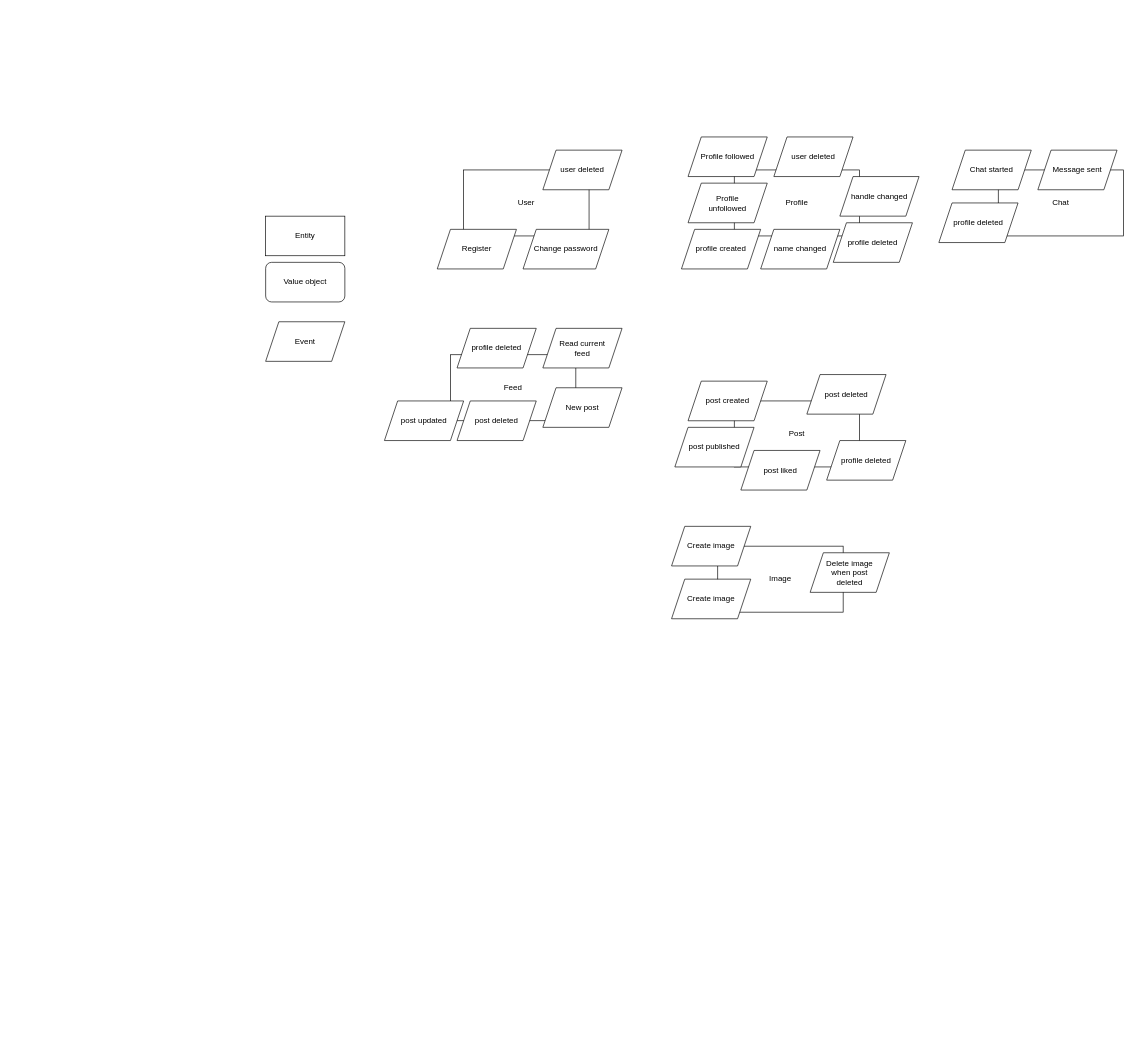
domhall/instaclone keeps this draw.io diagram as docs/Domain Model.drawio. Above is the earlier version. Source tidied: cells renumbered, new cells numbered last; positions are measured from the earlier drawing's top-left corner, leaving out a move shared by most shapes. Both pictures are drawn from the tidied source at 66%, with x=0, y=0 at pixel (265, 137).
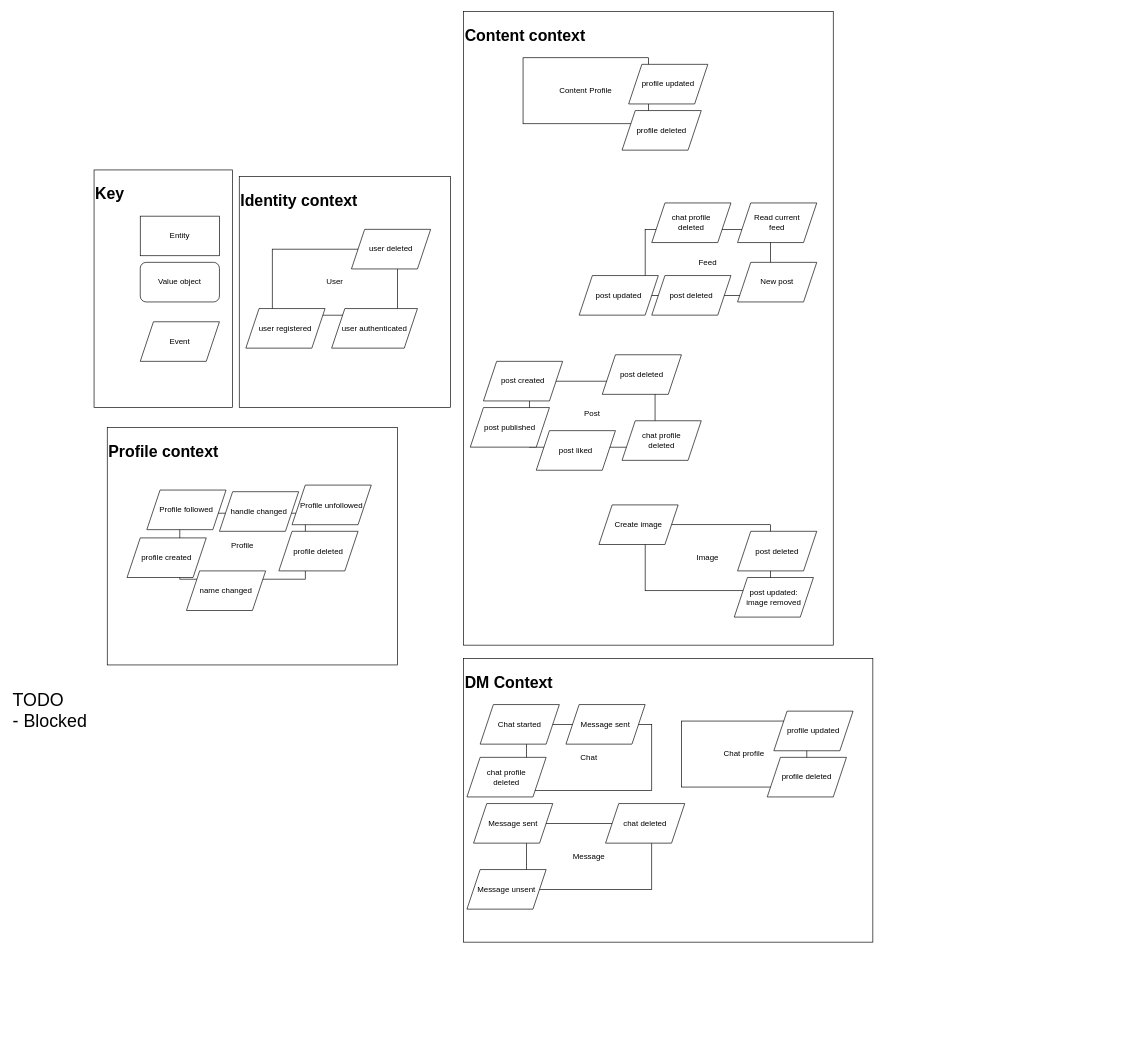
After the change.

Commit message:
Added contexts to domain model

Change to the diagram source:
```diff
@@
+    <mxCell id="37" value="&lt;h1 style=&quot;&quot;&gt;&lt;span style=&quot;background-color: initial;&quot;&gt;Profile context&lt;/span&gt;&lt;/h1&gt;" style="rounded=0;whiteSpace=wrap;html=1;fillColor=none;align=left;verticalAlign=top;" parent="1" vertex="1">
+      <mxGeometry x="-240" y="440" width="440" height="360" as="geometry" />
+    </mxCell>
+    <mxCell id="38" value="&lt;h1 style=&quot;&quot;&gt;Content context&lt;/h1&gt;" style="rounded=0;whiteSpace=wrap;html=1;fillColor=none;align=left;verticalAlign=top;" parent="1" vertex="1">
+      <mxGeometry x="300" y="-190" width="560" height="960" as="geometry" />
+    </mxCell>
     <mxCell id="2" value="User" style="rounded=0;whiteSpace=wrap;html=1;" parent="1" vertex="1">
-      <mxGeometry x="300" y="50" width="190" height="100" as="geometry" />
+      <mxGeometry x="10" y="170" width="190" height="100" as="geometry" />
     </mxCell>
-    <mxCell id="3" value="Register" style="shape=parallelogram;perimeter=parallelogramPerimeter;whiteSpace=wrap;html=1;fixedSize=1;" parent="1" vertex="1">
-      <mxGeometry x="260" y="140" width="120" height="60" as="geometry" />
+    <mxCell id="3" value="user registered" style="shape=parallelogram;perimeter=parallelogramPerimeter;whiteSpace=wrap;html=1;fixedSize=1;" parent="1" vertex="1">
+      <mxGeometry x="-30" y="260" width="120" height="60" as="geometry" />
     </mxCell>
-    <mxCell id="4" value="Change password" style="shape=parallelogram;perimeter=parallelogramPerimeter;whiteSpace=wrap;html=1;fixedSize=1;" parent="1" vertex="1">
-      <mxGeometry x="390" y="140" width="130" height="60" as="geometry" />
+    <mxCell id="4" value="user authenticated" style="shape=parallelogram;perimeter=parallelogramPerimeter;whiteSpace=wrap;html=1;fixedSize=1;" parent="1" vertex="1">
+      <mxGeometry x="100" y="260" width="130" height="60" as="geometry" />
     </mxCell>
-    <mxCell id="5" value="Profile" style="rounded=0;whiteSpace=wrap;html=1;" parent="1" vertex="1">
-      <mxGeometry x="710" y="50" width="190" height="100" as="geometry" />
+    <mxCell id="5" value="Content Profile" style="rounded=0;whiteSpace=wrap;html=1;" parent="1" vertex="1">
+      <mxGeometry x="390" y="-120" width="190" height="100" as="geometry" />
     </mxCell>
-    <mxCell id="6" value="profile created" style="shape=parallelogram;perimeter=parallelogramPerimeter;whiteSpace=wrap;html=1;fixedSize=1;" parent="1" vertex="1">
-      <mxGeometry x="630" y="140" width="120" height="60" as="geometry" />
-    </mxCell>
-    <mxCell id="7" value="name changed" style="shape=parallelogram;perimeter=parallelogramPerimeter;whiteSpace=wrap;html=1;fixedSize=1;" parent="1" vertex="1">
-      <mxGeometry x="750" y="140" width="120" height="60" as="geometry" />
-    </mxCell>
-    <mxCell id="8" value="handle changed" style="shape=parallelogram;perimeter=parallelogramPerimeter;whiteSpace=wrap;html=1;fixedSize=1;" parent="1" vertex="1">
-      <mxGeometry x="870" y="60" width="120" height="60" as="geometry" />
+    <mxCell id="8" value="profile updated" style="shape=parallelogram;perimeter=parallelogramPerimeter;whiteSpace=wrap;html=1;fixedSize=1;" parent="1" vertex="1">
+      <mxGeometry x="550" y="-110" width="120" height="60" as="geometry" />
     </mxCell>
     <mxCell id="9" value="Post" style="rounded=0;whiteSpace=wrap;html=1;" parent="1" vertex="1">
-      <mxGeometry x="710" y="400" width="190" height="100" as="geometry" />
+      <mxGeometry x="400" y="370" width="190" height="100" as="geometry" />
     </mxCell>
     <mxCell id="10" value="post created" style="shape=parallelogram;perimeter=parallelogramPerimeter;whiteSpace=wrap;html=1;fixedSize=1;" parent="1" vertex="1">
-      <mxGeometry x="640" y="370" width="120" height="60" as="geometry" />
+      <mxGeometry x="330" y="340" width="120" height="60" as="geometry" />
     </mxCell>
     <mxCell id="11" value="Image" style="rounded=0;whiteSpace=wrap;html=1;" parent="1" vertex="1">
-      <mxGeometry x="685" y="620" width="190" height="100" as="geometry" />
+      <mxGeometry x="575" y="587.5" width="190" height="100" as="geometry" />
     </mxCell>
     <mxCell id="12" value="Create image" style="shape=parallelogram;perimeter=parallelogramPerimeter;whiteSpace=wrap;html=1;fixedSize=1;" parent="1" vertex="1">
-      <mxGeometry x="615" y="590" width="120" height="60" as="geometry" />
+      <mxGeometry x="505" y="557.5" width="120" height="60" as="geometry" />
     </mxCell>
     <mxCell id="13" value="post deleted" style="shape=parallelogram;perimeter=parallelogramPerimeter;whiteSpace=wrap;html=1;fixedSize=1;" parent="1" vertex="1">
-      <mxGeometry x="820" y="360" width="120" height="60" as="geometry" />
+      <mxGeometry x="510" y="330" width="120" height="60" as="geometry" />
     </mxCell>
-    <mxCell id="14" value="profile deleted" style="shape=parallelogram;perimeter=parallelogramPerimeter;whiteSpace=wrap;html=1;fixedSize=1;" parent="1" vertex="1">
-      <mxGeometry x="850" y="460" width="120" height="60" as="geometry" />
+    <mxCell id="14" value="chat profile&lt;br&gt;deleted" style="shape=parallelogram;perimeter=parallelogramPerimeter;whiteSpace=wrap;html=1;fixedSize=1;" parent="1" vertex="1">
+      <mxGeometry x="540" y="430" width="120" height="60" as="geometry" />
     </mxCell>
-    <mxCell id="15" value="Create image" style="shape=parallelogram;perimeter=parallelogramPerimeter;whiteSpace=wrap;html=1;fixedSize=1;" parent="1" vertex="1">
-      <mxGeometry x="615" y="670" width="120" height="60" as="geometry" />
-    </mxCell>
-    <mxCell id="16" value="Delete image&lt;br&gt;when post&lt;br&gt;deleted" style="shape=parallelogram;perimeter=parallelogramPerimeter;whiteSpace=wrap;html=1;fixedSize=1;" parent="1" vertex="1">
-      <mxGeometry x="825" y="630" width="120" height="60" as="geometry" />
+    <mxCell id="16" value="post deleted" style="shape=parallelogram;perimeter=parallelogramPerimeter;whiteSpace=wrap;html=1;fixedSize=1;" parent="1" vertex="1">
+      <mxGeometry x="715" y="597.5" width="120" height="60" as="geometry" />
     </mxCell>
     <mxCell id="17" value="Feed" style="rounded=0;whiteSpace=wrap;html=1;" parent="1" vertex="1">
-      <mxGeometry x="280" y="330" width="190" height="100" as="geometry" />
+      <mxGeometry x="575" y="140" width="190" height="100" as="geometry" />
     </mxCell>
     <mxCell id="18" value="Read current&lt;br&gt;feed" style="shape=parallelogram;perimeter=parallelogramPerimeter;whiteSpace=wrap;html=1;fixedSize=1;" parent="1" vertex="1">
-      <mxGeometry x="420" y="290" width="120" height="60" as="geometry" />
+      <mxGeometry x="715" y="100" width="120" height="60" as="geometry" />
     </mxCell>
     <mxCell id="19" value="New post" style="shape=parallelogram;perimeter=parallelogramPerimeter;whiteSpace=wrap;html=1;fixedSize=1;" parent="1" vertex="1">
-      <mxGeometry x="420" y="380" width="120" height="60" as="geometry" />
+      <mxGeometry x="715" y="190" width="120" height="60" as="geometry" />
     </mxCell>
-    <mxCell id="20" value="Profile followed" style="shape=parallelogram;perimeter=parallelogramPerimeter;whiteSpace=wrap;html=1;fixedSize=1;" parent="1" vertex="1">
-      <mxGeometry x="640" width="120" height="60" as="geometry" />
-    </mxCell>
     <mxCell id="21" value="Entity" style="rounded=0;whiteSpace=wrap;html=1;" parent="1" vertex="1">
-      <mxGeometry y="120" width="120" height="60" as="geometry" />
+      <mxGeometry x="-190" y="120" width="120" height="60" as="geometry" />
     </mxCell>
     <mxCell id="22" value="Value object" style="rounded=1;whiteSpace=wrap;html=1;" parent="1" vertex="1">
-      <mxGeometry y="190" width="120" height="60" as="geometry" />
+      <mxGeometry x="-190" y="190" width="120" height="60" as="geometry" />
     </mxCell>
     <mxCell id="23" value="Event" style="shape=parallelogram;perimeter=parallelogramPerimeter;whiteSpace=wrap;html=1;fixedSize=1;" parent="1" vertex="1">
-      <mxGeometry y="280" width="120" height="60" as="geometry" />
+      <mxGeometry x="-190" y="280" width="120" height="60" as="geometry" />
     </mxCell>
-    <mxCell id="24" value="Chat" style="rounded=0;whiteSpace=wrap;html=1;" parent="1" vertex="1">
-      <mxGeometry x="1110" y="50" width="190" height="100" as="geometry" />
+    <mxCell id="24" value="Profile" style="rounded=0;whiteSpace=wrap;html=1;" parent="1" vertex="1">
+      <mxGeometry x="-130" y="570" width="190" height="100" as="geometry" />
     </mxCell>
-    <mxCell id="25" value="Chat started" style="shape=parallelogram;perimeter=parallelogramPerimeter;whiteSpace=wrap;html=1;fixedSize=1;" parent="1" vertex="1">
-      <mxGeometry x="1040" y="20" width="120" height="60" as="geometry" />
-    </mxCell>
-    <mxCell id="26" value="Message sent" style="shape=parallelogram;perimeter=parallelogramPerimeter;whiteSpace=wrap;html=1;fixedSize=1;" parent="1" vertex="1">
-      <mxGeometry x="1170" y="20" width="120" height="60" as="geometry" />
-    </mxCell>
-    <mxCell id="27" value="Profile&lt;br&gt;unfollowed" style="shape=parallelogram;perimeter=parallelogramPerimeter;whiteSpace=wrap;html=1;fixedSize=1;" parent="1" vertex="1">
-      <mxGeometry x="640" y="70" width="120" height="60" as="geometry" />
-    </mxCell>
     <mxCell id="28" value="post published" style="shape=parallelogram;perimeter=parallelogramPerimeter;whiteSpace=wrap;html=1;fixedSize=1;" parent="1" vertex="1">
-      <mxGeometry x="620" y="440" width="120" height="60" as="geometry" />
+      <mxGeometry x="310" y="410" width="120" height="60" as="geometry" />
     </mxCell>
     <mxCell id="29" value="profile deleted" style="shape=parallelogram;perimeter=parallelogramPerimeter;whiteSpace=wrap;html=1;fixedSize=1;" parent="1" vertex="1">
-      <mxGeometry x="860" y="130" width="120" height="60" as="geometry" />
+      <mxGeometry x="540" y="-40" width="120" height="60" as="geometry" />
     </mxCell>
-    <mxCell id="30" value="user deleted" style="shape=parallelogram;perimeter=parallelogramPerimeter;whiteSpace=wrap;html=1;fixedSize=1;" parent="1" vertex="1">
-      <mxGeometry x="770" width="120" height="60" as="geometry" />
-    </mxCell>
     <mxCell id="31" value="user deleted" style="shape=parallelogram;perimeter=parallelogramPerimeter;whiteSpace=wrap;html=1;fixedSize=1;" parent="1" vertex="1">
-      <mxGeometry x="420" y="20" width="120" height="60" as="geometry" />
+      <mxGeometry x="130" y="140" width="120" height="60" as="geometry" />
     </mxCell>
-    <mxCell id="32" value="profile deleted" style="shape=parallelogram;perimeter=parallelogramPerimeter;whiteSpace=wrap;html=1;fixedSize=1;" parent="1" vertex="1">
-      <mxGeometry x="290" y="290" width="120" height="60" as="geometry" />
+    <mxCell id="32" value="chat profile&lt;br&gt;deleted" style="shape=parallelogram;perimeter=parallelogramPerimeter;whiteSpace=wrap;html=1;fixedSize=1;" parent="1" vertex="1">
+      <mxGeometry x="585" y="100" width="120" height="60" as="geometry" />
     </mxCell>
-    <mxCell id="33" value="profile deleted" style="shape=parallelogram;perimeter=parallelogramPerimeter;whiteSpace=wrap;html=1;fixedSize=1;" parent="1" vertex="1">
-      <mxGeometry x="1020" y="100" width="120" height="60" as="geometry" />
-    </mxCell>
     <mxCell id="34" value="post deleted" style="shape=parallelogram;perimeter=parallelogramPerimeter;whiteSpace=wrap;html=1;fixedSize=1;" parent="1" vertex="1">
-      <mxGeometry x="290" y="400" width="120" height="60" as="geometry" />
+      <mxGeometry x="585" y="210" width="120" height="60" as="geometry" />
     </mxCell>
     <mxCell id="35" value="post liked" style="shape=parallelogram;perimeter=parallelogramPerimeter;whiteSpace=wrap;html=1;fixedSize=1;" parent="1" vertex="1">
-      <mxGeometry x="720" y="475" width="120" height="60" as="geometry" />
+      <mxGeometry x="410" y="445" width="120" height="60" as="geometry" />
     </mxCell>
     <mxCell id="36" value="post updated" style="shape=parallelogram;perimeter=parallelogramPerimeter;whiteSpace=wrap;html=1;fixedSize=1;" parent="1" vertex="1">
-      <mxGeometry x="180" y="400" width="120" height="60" as="geometry" />
+      <mxGeometry x="475" y="210" width="120" height="60" as="geometry" />
     </mxCell>
+    <mxCell id="39" value="post updated:&lt;br&gt;image removed" style="shape=parallelogram;perimeter=parallelogramPerimeter;whiteSpace=wrap;html=1;fixedSize=1;" parent="1" vertex="1">
+      <mxGeometry x="710" y="667.5" width="120" height="60" as="geometry" />
+    </mxCell>
+    <mxCell id="40" value="&lt;h1 style=&quot;&quot;&gt;&lt;span style=&quot;background-color: initial;&quot;&gt;Key&lt;/span&gt;&lt;/h1&gt;" style="rounded=0;whiteSpace=wrap;html=1;fillColor=none;align=left;verticalAlign=top;" parent="1" vertex="1">
+      <mxGeometry x="-260" y="50" width="210" height="360" as="geometry" />
+    </mxCell>
+    <mxCell id="41" value="&lt;h1 style=&quot;&quot;&gt;&lt;span style=&quot;background-color: initial;&quot;&gt;Identity context&lt;/span&gt;&lt;/h1&gt;" style="rounded=0;whiteSpace=wrap;html=1;fillColor=none;align=left;verticalAlign=top;" parent="1" vertex="1">
+      <mxGeometry x="-40" y="60" width="320" height="350" as="geometry" />
+    </mxCell>
+    <mxCell id="42" value="&lt;h1 style=&quot;&quot;&gt;&lt;span style=&quot;background-color: initial;&quot;&gt;DM Context&lt;/span&gt;&lt;/h1&gt;" style="rounded=0;whiteSpace=wrap;html=1;fillColor=none;align=left;verticalAlign=top;" parent="1" vertex="1">
+      <mxGeometry x="300" y="790" width="620" height="430" as="geometry" />
+    </mxCell>
+    <mxCell id="43" value="Chat" style="rounded=0;whiteSpace=wrap;html=1;" parent="1" vertex="1">
+      <mxGeometry x="395" y="890" width="190" height="100" as="geometry" />
+    </mxCell>
+    <mxCell id="25" value="Chat started" style="shape=parallelogram;perimeter=parallelogramPerimeter;whiteSpace=wrap;html=1;fixedSize=1;" parent="1" vertex="1">
+      <mxGeometry x="325" y="860" width="120" height="60" as="geometry" />
+    </mxCell>
+    <mxCell id="44" value="Message sent" style="shape=parallelogram;perimeter=parallelogramPerimeter;whiteSpace=wrap;html=1;fixedSize=1;" parent="1" vertex="1">
+      <mxGeometry x="455" y="860" width="120" height="60" as="geometry" />
+    </mxCell>
+    <mxCell id="45" value="chat profile&lt;br&gt;deleted" style="shape=parallelogram;perimeter=parallelogramPerimeter;whiteSpace=wrap;html=1;fixedSize=1;" parent="1" vertex="1">
+      <mxGeometry x="305" y="940" width="120" height="60" as="geometry" />
+    </mxCell>
+    <mxCell id="46" value="Message" style="rounded=0;whiteSpace=wrap;html=1;" parent="1" vertex="1">
+      <mxGeometry x="395" y="1040" width="190" height="100" as="geometry" />
+    </mxCell>
+    <mxCell id="47" value="Message sent" style="shape=parallelogram;perimeter=parallelogramPerimeter;whiteSpace=wrap;html=1;fixedSize=1;" parent="1" vertex="1">
+      <mxGeometry x="315" y="1010" width="120" height="60" as="geometry" />
+    </mxCell>
+    <mxCell id="48" value="Message unsent" style="shape=parallelogram;perimeter=parallelogramPerimeter;whiteSpace=wrap;html=1;fixedSize=1;" parent="1" vertex="1">
+      <mxGeometry x="305" y="1110" width="120" height="60" as="geometry" />
+    </mxCell>
+    <mxCell id="49" value="chat deleted" style="shape=parallelogram;perimeter=parallelogramPerimeter;whiteSpace=wrap;html=1;fixedSize=1;" parent="1" vertex="1">
+      <mxGeometry x="515" y="1010" width="120" height="60" as="geometry" />
+    </mxCell>
+    <mxCell id="20" value="Profile followed" style="shape=parallelogram;perimeter=parallelogramPerimeter;whiteSpace=wrap;html=1;fixedSize=1;" parent="1" vertex="1">
+      <mxGeometry x="-180" y="535" width="120" height="60" as="geometry" />
+    </mxCell>
+    <mxCell id="6" value="profile created" style="shape=parallelogram;perimeter=parallelogramPerimeter;whiteSpace=wrap;html=1;fixedSize=1;" parent="1" vertex="1">
+      <mxGeometry x="-210" y="607.5" width="120" height="60" as="geometry" />
+    </mxCell>
+    <mxCell id="7" value="name changed" style="shape=parallelogram;perimeter=parallelogramPerimeter;whiteSpace=wrap;html=1;fixedSize=1;" parent="1" vertex="1">
+      <mxGeometry x="-120" y="657.5" width="120" height="60" as="geometry" />
+    </mxCell>
+    <mxCell id="50" value="handle changed" style="shape=parallelogram;perimeter=parallelogramPerimeter;whiteSpace=wrap;html=1;fixedSize=1;" parent="1" vertex="1">
+      <mxGeometry x="-70" y="537.5" width="120" height="60" as="geometry" />
+    </mxCell>
+    <mxCell id="51" value="profile deleted" style="shape=parallelogram;perimeter=parallelogramPerimeter;whiteSpace=wrap;html=1;fixedSize=1;" parent="1" vertex="1">
+      <mxGeometry x="20" y="597.5" width="120" height="60" as="geometry" />
+    </mxCell>
+    <mxCell id="27" value="Profile unfollowed" style="shape=parallelogram;perimeter=parallelogramPerimeter;whiteSpace=wrap;html=1;fixedSize=1;" parent="1" vertex="1">
+      <mxGeometry x="40" y="527.5" width="120" height="60" as="geometry" />
+    </mxCell>
+    <mxCell id="52" value="Chat profile" style="rounded=0;whiteSpace=wrap;html=1;" parent="1" vertex="1">
+      <mxGeometry x="630" y="885" width="190" height="100" as="geometry" />
+    </mxCell>
+    <mxCell id="53" value="profile updated" style="shape=parallelogram;perimeter=parallelogramPerimeter;whiteSpace=wrap;html=1;fixedSize=1;" parent="1" vertex="1">
+      <mxGeometry x="770" y="870" width="120" height="60" as="geometry" />
+    </mxCell>
+    <mxCell id="54" value="profile deleted" style="shape=parallelogram;perimeter=parallelogramPerimeter;whiteSpace=wrap;html=1;fixedSize=1;" parent="1" vertex="1">
+      <mxGeometry x="760" y="940" width="120" height="60" as="geometry" />
+    </mxCell>
+    <mxCell id="55" value="&lt;font style=&quot;font-size: 27px;&quot;&gt;TODO&lt;br&gt;&lt;/font&gt;&lt;div style=&quot;font-size: 27px;&quot;&gt;&lt;span style=&quot;background-color: initial;&quot;&gt;&lt;font style=&quot;font-size: 27px;&quot;&gt;- Blocked&lt;/font&gt;&lt;/span&gt;&lt;/div&gt;" style="text;html=1;strokeColor=none;fillColor=none;align=left;verticalAlign=top;whiteSpace=wrap;rounded=0;" parent="1" vertex="1">
+      <mxGeometry x="-385" y="830" width="590" height="540" as="geometry" />
+    </mxCell>
```
